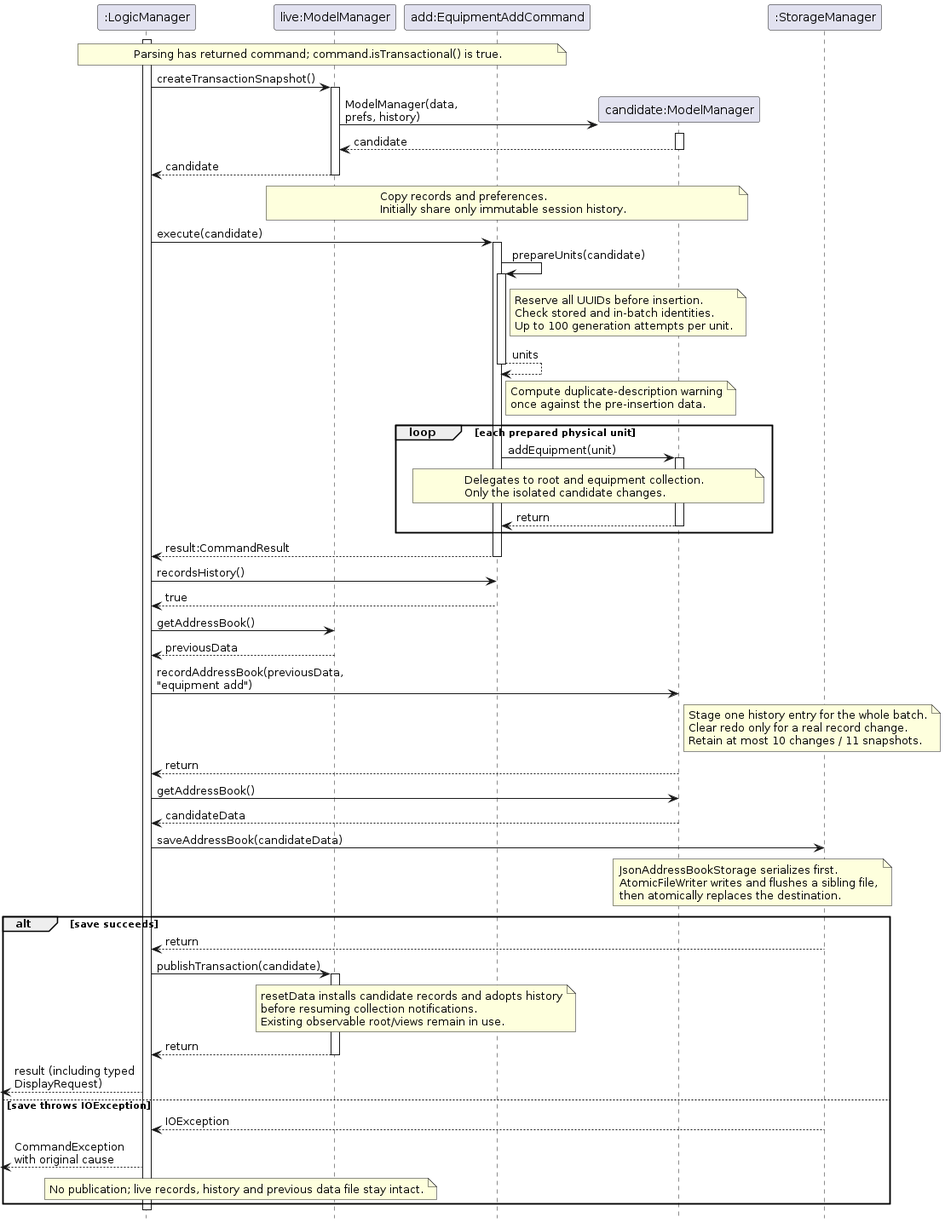
The PlantUML diagram diagrams/EquipmentTransactionSequence.png in AY2627S1-CS2103T-F15-2/tp, before a commit. Its source is kept beside it as diagrams/EquipmentTransactionSequence.puml.
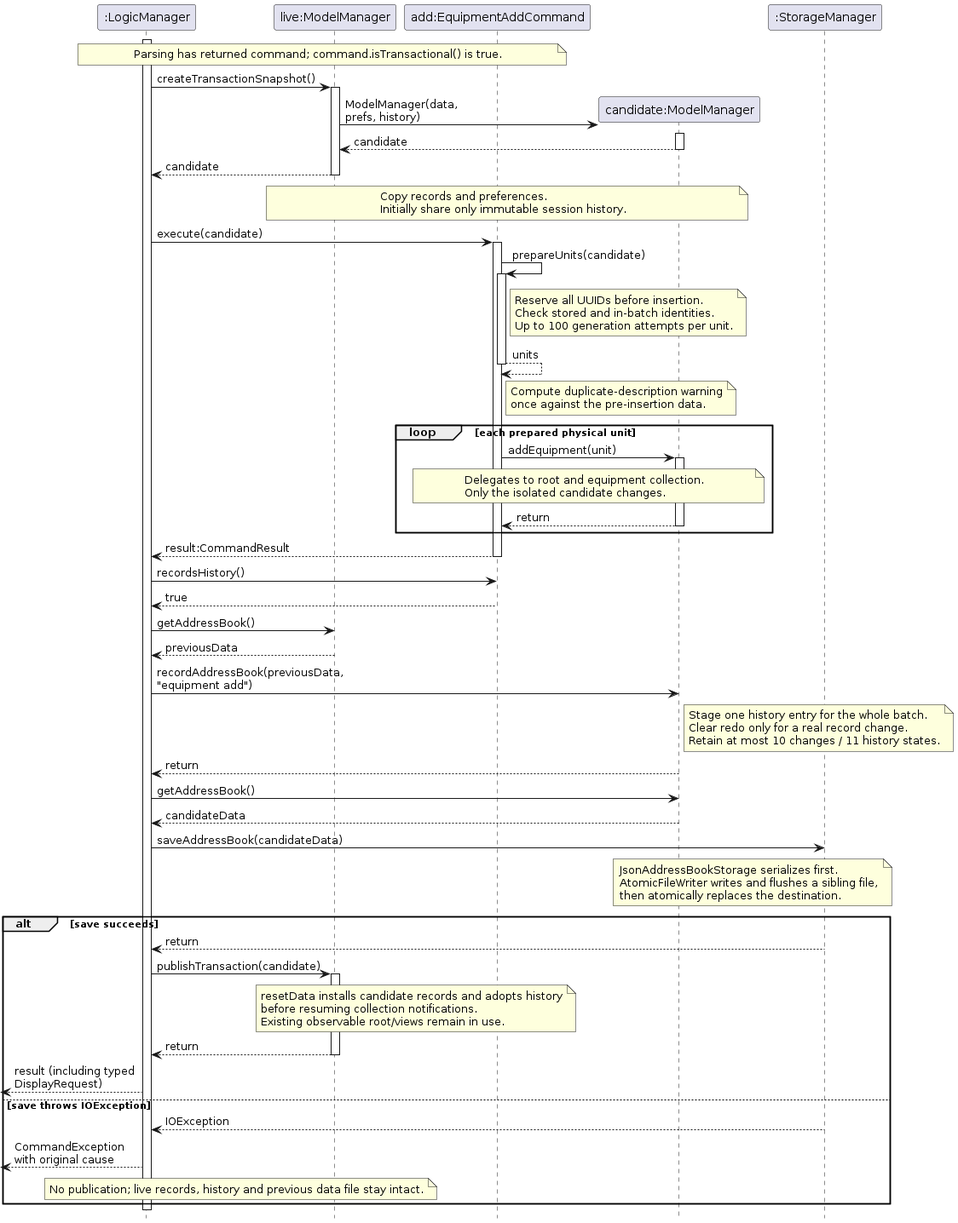
Above is the later version.

What changed in the source:
```diff
@@ -67,7 +67,7 @@
 note right of candidate
   Stage one history entry for the whole batch.
   Clear redo only for a real record change.
-  Retain at most 10 changes / 11 snapshots.
+  Retain at most 10 changes / 11 history states.
 end note
 candidate --> logic : return
 logic -> candidate : getAddressBook()
```
